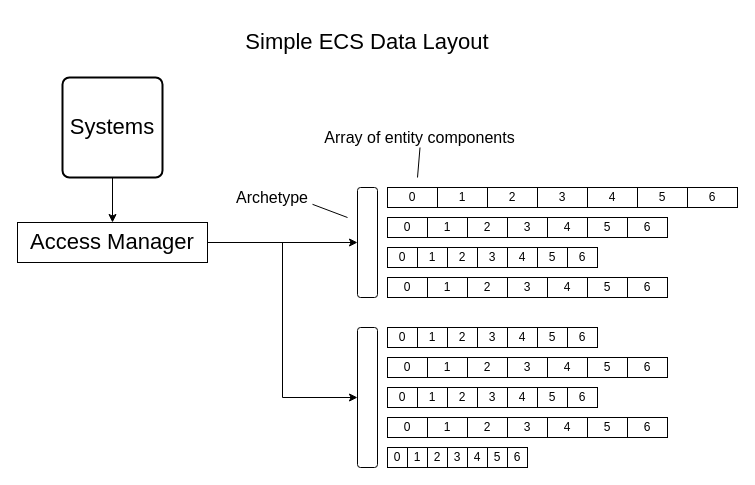
This is page "Page-2" (2 of 2) of ECS/ECS_Data_Layout_with_Entitys.drawio from PaperPrototype/flowchart-diagrams, a draw.io file, before an edit. Source tidied: cells renumbered, new cells numbered last; positions are measured from the earlier drawing's top-left corner, leaving out a move shared by most shapes. Both pictures are drawn from the tidied source at 100%, with x=0, y=0 at pixel (17, 17).
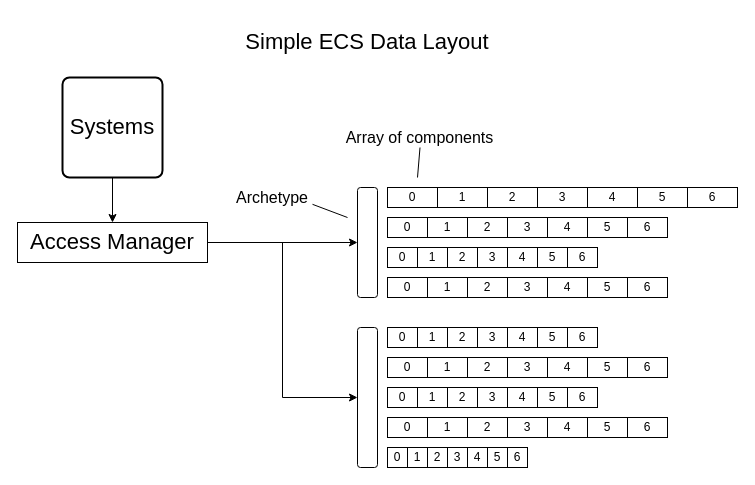
Above is the later version.

The edit, as a diff of the source:
```diff
@@
-    <mxCell id="68" value="Array of entity components" style="text;html=1;strokeColor=none;fillColor=none;align=center;verticalAlign=middle;whiteSpace=wrap;rounded=0;fontSize=16;" parent="1" vertex="1">
+    <mxCell id="68" value="Array of components" style="text;html=1;strokeColor=none;fillColor=none;align=center;verticalAlign=middle;whiteSpace=wrap;rounded=0;fontSize=16;" parent="1" vertex="1">
       <mxGeometry x="295" y="110" width="215" height="20" as="geometry" />
     </mxCell>
```
